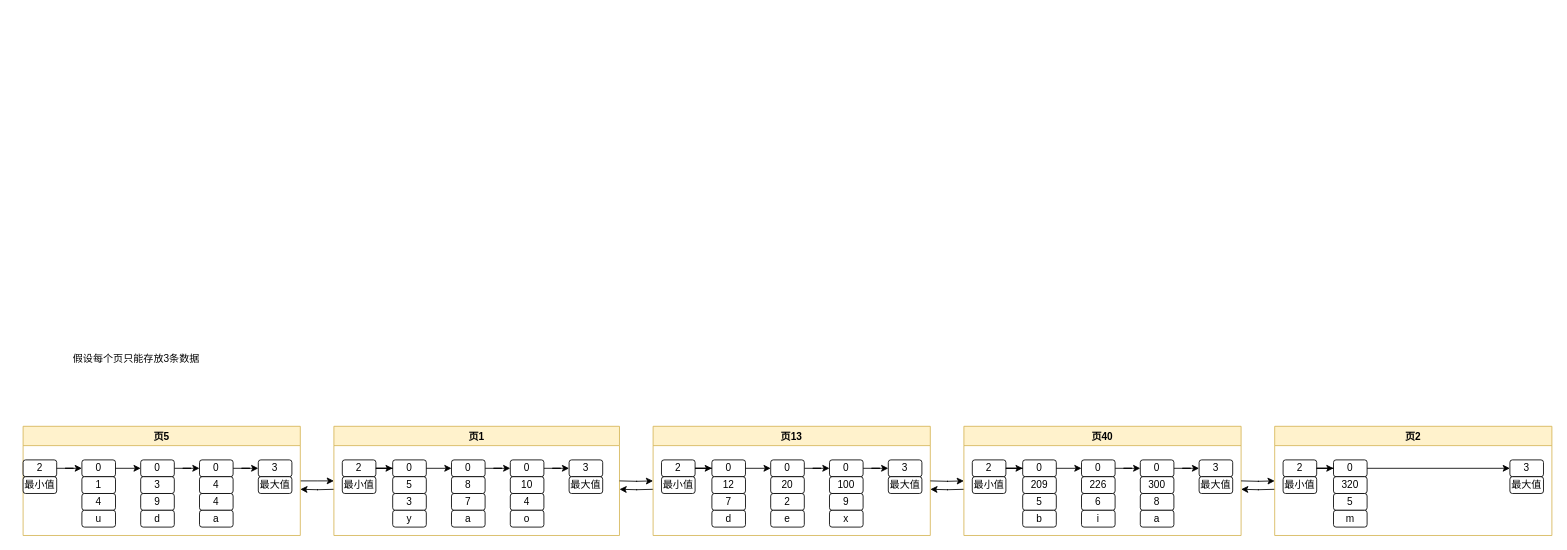
Before: pagerelation.drawio in wqfgithub/drawio, a draw.io diagram. Source tidied: cells renumbered, new cells numbered last; positions are measured from the earlier drawing's top-left corner, leaving out a move shared by most shapes. Both pictures are drawn from the tidied source at 84%, with x=0, y=0 at pixel (14, 350).
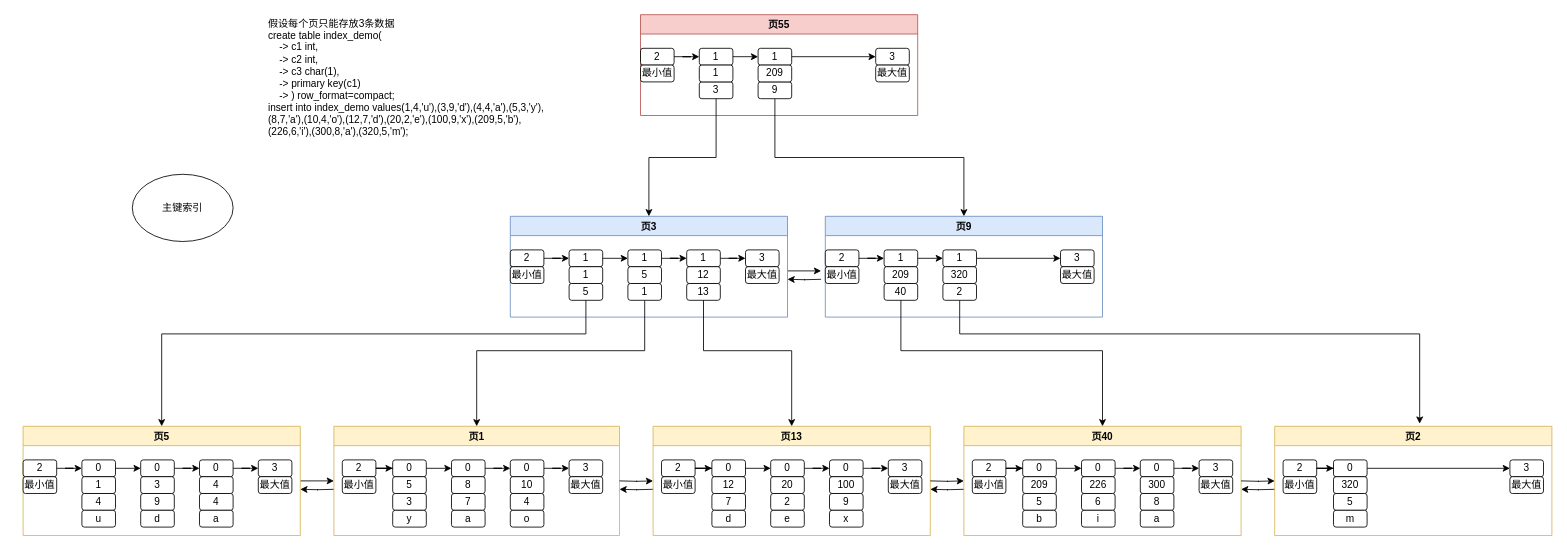
After the change.

The change refers to these unchanged cells:
```xml
<mxCell id="3" value="页5" style="swimlane;fillColor=#fff2cc;strokeColor=#d6b656;" parent="1" vertex="1">
  <mxGeometry x="10" y="90" width="330" height="130" as="geometry" />
</mxCell>
<mxCell id="26" value="页1" style="swimlane;fillColor=#fff2cc;strokeColor=#d6b656;" parent="1" vertex="1">
  <mxGeometry x="380" y="90" width="340" height="130" as="geometry" />
</mxCell>
<mxCell id="49" value="页13" style="swimlane;fillColor=#fff2cc;strokeColor=#d6b656;" parent="1" vertex="1">
  <mxGeometry x="760" y="90" width="330" height="130" as="geometry" />
</mxCell>
<mxCell id="72" value="页40" style="swimlane;fillColor=#fff2cc;strokeColor=#d6b656;" parent="1" vertex="1">
  <mxGeometry x="1130" y="90" width="330" height="130" as="geometry" />
</mxCell>
<mxCell id="95" value="页2" style="swimlane;fillColor=#fff2cc;strokeColor=#d6b656;startSize=23;" parent="1" vertex="1">
  <mxGeometry x="1500" y="90" width="330" height="130" as="geometry" />
</mxCell>
```

Diff of the diagram source:
```diff
@@
-    <mxCell id="17" value="假设每个页只能存放3条数据" style="text;html=1;strokeColor=none;fillColor=none;align=center;verticalAlign=middle;whiteSpace=wrap;rounded=0;" parent="1" vertex="1">
-      <mxGeometry width="290" height="20" as="geometry" />
+    <mxCell id="17" value="假设每个页只能存放3条数据&lt;br&gt;&lt;div&gt;create table index_demo(&lt;/div&gt;&lt;div&gt;&amp;nbsp; &amp;nbsp; -&amp;gt; c1 int,&lt;/div&gt;&lt;div&gt;&amp;nbsp; &amp;nbsp; -&amp;gt; c2 int,&lt;/div&gt;&lt;div&gt;&amp;nbsp; &amp;nbsp; -&amp;gt; c3 char(1),&lt;/div&gt;&lt;div&gt;&amp;nbsp; &amp;nbsp; -&amp;gt; primary key(c1)&lt;/div&gt;&lt;div&gt;&amp;nbsp; &amp;nbsp; -&amp;gt; ) row_format=compact;&lt;/div&gt;&lt;div&gt;insert into index_demo values(1,4,'u'),(3,9,'d'),(4,4,'a'),(5,3,'y'),(8,7,'a'),(10,4,'o'),(12,7,'d'),(20,2,'e'),(100,9,'x'),(209,5,'b'),(226,6,'i'),(300,8,'a'),(320,5,'m');&lt;br&gt;&lt;/div&gt;" style="text;html=1;strokeColor=none;fillColor=none;align=left;verticalAlign=middle;whiteSpace=wrap;rounded=0;" parent="1" vertex="1">
+      <mxGeometry x="300" y="-400" width="350" height="150" as="geometry" />
     </mxCell>
@@
+    <mxCell id="106" style="edgeStyle=orthogonalEdgeStyle;rounded=0;jettySize=auto;html=1;" parent="1" edge="1" source="107">
+      <mxGeometry relative="1" as="geometry">
+        <mxPoint x="960" y="-95" as="targetPoint" />
+        <Array as="points">
+          <mxPoint x="930" y="-95" />
+          <mxPoint x="930" y="-95" />
+        </Array>
+      </mxGeometry>
+    </mxCell>
+    <mxCell id="107" value="页3" style="swimlane;fillColor=#dae8fc;strokeColor=#6c8ebf;" parent="1" vertex="1">
+      <mxGeometry x="590" y="-160" width="330" height="120" as="geometry" />
+    </mxCell>
+    <mxCell id="108" value="1" style="rounded=1;whiteSpace=wrap;html=1;" parent="107" vertex="1">
+      <mxGeometry x="70" y="40" width="40" height="20" as="geometry" />
+    </mxCell>
+    <mxCell id="109" value="5" style="rounded=1;whiteSpace=wrap;html=1;" parent="107" vertex="1">
+      <mxGeometry x="70" y="80" width="40" height="20" as="geometry" />
+    </mxCell>
+    <mxCell id="110" style="edgeStyle=orthogonalEdgeStyle;rounded=0;jettySize=auto;html=1;" parent="107" edge="1" source="111" target="114">
+      <mxGeometry relative="1" as="geometry" />
+    </mxCell>
+    <mxCell id="111" value="1" style="rounded=1;whiteSpace=wrap;html=1;" parent="107" vertex="1">
+      <mxGeometry x="210" y="40" width="40" height="20" as="geometry" />
+    </mxCell>
+    <mxCell id="112" value="13" style="rounded=1;whiteSpace=wrap;html=1;" parent="107" vertex="1">
+      <mxGeometry x="210" y="80" width="40" height="20" as="geometry" />
+    </mxCell>
+    <mxCell id="113" value="12" style="rounded=1;whiteSpace=wrap;html=1;" parent="107" vertex="1">
+      <mxGeometry x="210" y="60" width="40" height="20" as="geometry" />
+    </mxCell>
+    <mxCell id="114" value="3" style="rounded=1;whiteSpace=wrap;html=1;" parent="107" vertex="1">
+      <mxGeometry x="280" y="40" width="40" height="20" as="geometry" />
+    </mxCell>
+    <mxCell id="115" value="2" style="rounded=1;whiteSpace=wrap;html=1;" parent="107" vertex="1">
+      <mxGeometry y="40" width="40" height="20" as="geometry" />
+    </mxCell>
+    <mxCell id="116" style="edgeStyle=orthogonalEdgeStyle;rounded=0;jettySize=auto;html=1;entryX=0;entryY=0.5;entryDx=0;entryDy=0;" parent="107" edge="1" source="115" target="108">
+      <mxGeometry relative="1" as="geometry" />
+    </mxCell>
+    <mxCell id="117" value="最小值" style="rounded=1;whiteSpace=wrap;html=1;" parent="107" vertex="1">
+      <mxGeometry y="60" width="40" height="20" as="geometry" />
+    </mxCell>
+    <mxCell id="118" value="最大值" style="rounded=1;whiteSpace=wrap;html=1;" parent="107" vertex="1">
+      <mxGeometry x="280" y="60" width="40" height="20" as="geometry" />
+    </mxCell>
+    <mxCell id="119" value="1" style="rounded=1;whiteSpace=wrap;html=1;" parent="1" vertex="1">
+      <mxGeometry x="660" y="-100" width="40" height="20" as="geometry" />
+    </mxCell>
+    <mxCell id="120" style="edgeStyle=orthogonalEdgeStyle;rounded=0;jettySize=auto;html=1;entryX=0;entryY=0.5;entryDx=0;entryDy=0;" parent="1" edge="1" source="121" target="111">
+      <mxGeometry relative="1" as="geometry" />
+    </mxCell>
+    <mxCell id="121" value="1" style="rounded=1;whiteSpace=wrap;html=1;" parent="1" vertex="1">
+      <mxGeometry x="730" y="-120" width="40" height="20" as="geometry" />
+    </mxCell>
+    <mxCell id="122" style="edgeStyle=orthogonalEdgeStyle;rounded=0;jettySize=auto;html=1;" parent="1" edge="1" source="123" target="26">
+      <mxGeometry relative="1" as="geometry">
+        <Array as="points">
+          <mxPoint x="750" />
+          <mxPoint x="550" />
+        </Array>
+      </mxGeometry>
+    </mxCell>
+    <mxCell id="123" value="1" style="rounded=1;whiteSpace=wrap;html=1;" parent="1" vertex="1">
+      <mxGeometry x="730" y="-80" width="40" height="20" as="geometry" />
+    </mxCell>
+    <mxCell id="124" value="5" style="rounded=1;whiteSpace=wrap;html=1;" parent="1" vertex="1">
+      <mxGeometry x="730" y="-100" width="40" height="20" as="geometry" />
+    </mxCell>
+    <mxCell id="125" style="edgeStyle=orthogonalEdgeStyle;rounded=0;jettySize=auto;html=1;" parent="1" edge="1" source="108">
+      <mxGeometry relative="1" as="geometry">
+        <mxPoint x="730" y="-110" as="targetPoint" />
+        <Array as="points">
+          <mxPoint x="730" y="-110" />
+        </Array>
+      </mxGeometry>
+    </mxCell>
+    <mxCell id="126" style="edgeStyle=orthogonalEdgeStyle;rounded=0;orthogonalLoop=1;jettySize=auto;html=1;" parent="1" edge="1">
+      <mxGeometry relative="1" as="geometry">
+        <mxPoint x="960" y="-85" as="sourcePoint" />
+        <mxPoint x="920" y="-85" as="targetPoint" />
+      </mxGeometry>
+    </mxCell>
+    <mxCell id="127" value="页9" style="swimlane;fillColor=#dae8fc;strokeColor=#6c8ebf;" parent="1" vertex="1">
+      <mxGeometry x="965" y="-160" width="330" height="120" as="geometry" />
+    </mxCell>
+    <mxCell id="128" value="1" style="rounded=1;whiteSpace=wrap;html=1;" parent="127" vertex="1">
+      <mxGeometry x="70" y="40" width="40" height="20" as="geometry" />
+    </mxCell>
+    <mxCell id="129" value="40" style="rounded=1;whiteSpace=wrap;html=1;" parent="127" vertex="1">
+      <mxGeometry x="70" y="80" width="40" height="20" as="geometry" />
+    </mxCell>
+    <mxCell id="130" value="3" style="rounded=1;whiteSpace=wrap;html=1;" parent="127" vertex="1">
+      <mxGeometry x="280" y="40" width="40" height="20" as="geometry" />
+    </mxCell>
+    <mxCell id="131" value="2" style="rounded=1;whiteSpace=wrap;html=1;" parent="127" vertex="1">
+      <mxGeometry y="40" width="40" height="20" as="geometry" />
+    </mxCell>
+    <mxCell id="132" style="edgeStyle=orthogonalEdgeStyle;rounded=0;jettySize=auto;html=1;entryX=0;entryY=0.5;entryDx=0;entryDy=0;" parent="127" edge="1" source="131" target="128">
+      <mxGeometry relative="1" as="geometry" />
+    </mxCell>
+    <mxCell id="133" value="最小值" style="rounded=1;whiteSpace=wrap;html=1;" parent="127" vertex="1">
+      <mxGeometry y="60" width="40" height="20" as="geometry" />
+    </mxCell>
+    <mxCell id="134" value="最大值" style="rounded=1;whiteSpace=wrap;html=1;" parent="127" vertex="1">
+      <mxGeometry x="280" y="60" width="40" height="20" as="geometry" />
+    </mxCell>
+    <mxCell id="135" value="209" style="rounded=1;whiteSpace=wrap;html=1;" parent="1" vertex="1">
+      <mxGeometry x="1035" y="-100" width="40" height="20" as="geometry" />
+    </mxCell>
+    <mxCell id="136" style="edgeStyle=orthogonalEdgeStyle;rounded=0;jettySize=auto;html=1;" parent="1" edge="1" source="137" target="130">
+      <mxGeometry relative="1" as="geometry" />
+    </mxCell>
+    <mxCell id="137" value="1" style="rounded=1;whiteSpace=wrap;html=1;" parent="1" vertex="1">
+      <mxGeometry x="1105" y="-120" width="40" height="20" as="geometry" />
+    </mxCell>
+    <mxCell id="138" style="edgeStyle=orthogonalEdgeStyle;rounded=0;jettySize=auto;html=1;entryX=0.523;entryY=-0.024;entryDx=0;entryDy=0;entryPerimeter=0;" parent="1" edge="1" source="139" target="95">
+      <mxGeometry relative="1" as="geometry">
+        <Array as="points">
+          <mxPoint x="1125" y="-20" />
+          <mxPoint x="1673" y="-20" />
+        </Array>
+      </mxGeometry>
+    </mxCell>
+    <mxCell id="139" value="2" style="rounded=1;whiteSpace=wrap;html=1;" parent="1" vertex="1">
+      <mxGeometry x="1105" y="-80" width="40" height="20" as="geometry" />
+    </mxCell>
+    <mxCell id="140" value="320" style="rounded=1;whiteSpace=wrap;html=1;" parent="1" vertex="1">
+      <mxGeometry x="1105" y="-100" width="40" height="20" as="geometry" />
+    </mxCell>
+    <mxCell id="141" style="edgeStyle=orthogonalEdgeStyle;rounded=0;jettySize=auto;html=1;" parent="1" edge="1" source="128">
+      <mxGeometry relative="1" as="geometry">
+        <mxPoint x="1105" y="-110" as="targetPoint" />
+        <Array as="points">
+          <mxPoint x="1105" y="-110" />
+        </Array>
+      </mxGeometry>
+    </mxCell>
+    <mxCell id="142" value="页55" style="swimlane;fillColor=#f8cecc;strokeColor=#b85450;" parent="1" vertex="1">
+      <mxGeometry x="745" y="-400" width="330" height="120" as="geometry" />
+    </mxCell>
+    <mxCell id="143" value="1" style="rounded=1;whiteSpace=wrap;html=1;" parent="142" vertex="1">
+      <mxGeometry x="70" y="40" width="40" height="20" as="geometry" />
+    </mxCell>
+    <mxCell id="144" value="3" style="rounded=1;whiteSpace=wrap;html=1;" parent="142" vertex="1">
+      <mxGeometry x="70" y="80" width="40" height="20" as="geometry" />
+    </mxCell>
+    <mxCell id="145" value="3" style="rounded=1;whiteSpace=wrap;html=1;" parent="142" vertex="1">
+      <mxGeometry x="280" y="40" width="40" height="20" as="geometry" />
+    </mxCell>
+    <mxCell id="146" value="2" style="rounded=1;whiteSpace=wrap;html=1;" parent="142" vertex="1">
+      <mxGeometry y="40" width="40" height="20" as="geometry" />
+    </mxCell>
+    <mxCell id="147" style="edgeStyle=orthogonalEdgeStyle;rounded=0;jettySize=auto;html=1;entryX=0;entryY=0.5;entryDx=0;entryDy=0;" parent="142" edge="1" source="146" target="143">
+      <mxGeometry relative="1" as="geometry" />
+    </mxCell>
+    <mxCell id="148" value="最小值" style="rounded=1;whiteSpace=wrap;html=1;" parent="142" vertex="1">
+      <mxGeometry y="60" width="40" height="20" as="geometry" />
+    </mxCell>
+    <mxCell id="149" value="最大值" style="rounded=1;whiteSpace=wrap;html=1;" parent="142" vertex="1">
+      <mxGeometry x="280" y="60" width="40" height="20" as="geometry" />
+    </mxCell>
+    <mxCell id="150" value="1" style="rounded=1;whiteSpace=wrap;html=1;" parent="1" vertex="1">
+      <mxGeometry x="815" y="-340" width="40" height="20" as="geometry" />
+    </mxCell>
+    <mxCell id="151" style="edgeStyle=orthogonalEdgeStyle;rounded=0;jettySize=auto;html=1;" parent="1" edge="1" source="152" target="145">
+      <mxGeometry relative="1" as="geometry" />
+    </mxCell>
+    <mxCell id="152" value="1" style="rounded=1;whiteSpace=wrap;html=1;" parent="1" vertex="1">
+      <mxGeometry x="885" y="-360" width="40" height="20" as="geometry" />
+    </mxCell>
+    <mxCell id="153" style="edgeStyle=orthogonalEdgeStyle;rounded=0;jettySize=auto;html=1;entryX=0.5;entryY=0;entryDx=0;entryDy=0;" parent="1" edge="1" source="154" target="127">
+      <mxGeometry relative="1" as="geometry">
+        <Array as="points">
+          <mxPoint x="905" y="-230" />
+          <mxPoint x="1130" y="-230" />
+        </Array>
+      </mxGeometry>
+    </mxCell>
+    <mxCell id="154" value="9" style="rounded=1;whiteSpace=wrap;html=1;" parent="1" vertex="1">
+      <mxGeometry x="885" y="-320" width="40" height="20" as="geometry" />
+    </mxCell>
+    <mxCell id="155" value="209" style="rounded=1;whiteSpace=wrap;html=1;" parent="1" vertex="1">
+      <mxGeometry x="885" y="-340" width="40" height="20" as="geometry" />
+    </mxCell>
+    <mxCell id="156" style="edgeStyle=orthogonalEdgeStyle;rounded=0;jettySize=auto;html=1;" parent="1" edge="1" source="143">
+      <mxGeometry relative="1" as="geometry">
+        <mxPoint x="885" y="-350" as="targetPoint" />
+        <Array as="points">
+          <mxPoint x="885" y="-350" />
+        </Array>
+      </mxGeometry>
+    </mxCell>
+    <mxCell id="157" style="edgeStyle=orthogonalEdgeStyle;rounded=0;jettySize=auto;html=1;entryX=0.5;entryY=0;entryDx=0;entryDy=0;" parent="1" edge="1" source="144" target="107">
+      <mxGeometry relative="1" as="geometry" />
+    </mxCell>
+    <mxCell id="158" style="edgeStyle=orthogonalEdgeStyle;rounded=0;jettySize=auto;html=1;entryX=0.5;entryY=0;entryDx=0;entryDy=0;" parent="1" edge="1" source="109" target="3">
+      <mxGeometry relative="1" as="geometry">
+        <Array as="points">
+          <mxPoint x="680" y="-20" />
+          <mxPoint x="175" y="-20" />
+        </Array>
+      </mxGeometry>
+    </mxCell>
+    <mxCell id="159" style="edgeStyle=orthogonalEdgeStyle;rounded=0;jettySize=auto;html=1;" parent="1" edge="1" source="112" target="49">
+      <mxGeometry relative="1" as="geometry">
+        <Array as="points">
+          <mxPoint x="820" />
+          <mxPoint x="925" />
+        </Array>
+      </mxGeometry>
+    </mxCell>
+    <mxCell id="160" style="edgeStyle=orthogonalEdgeStyle;rounded=0;jettySize=auto;html=1;" parent="1" edge="1" source="129" target="72">
+      <mxGeometry relative="1" as="geometry">
+        <Array as="points">
+          <mxPoint x="1055" />
+          <mxPoint x="1295" />
+        </Array>
+      </mxGeometry>
+    </mxCell>
+    <mxCell id="161" value="主键索引" style="ellipse;whiteSpace=wrap;html=1;align=center;" parent="1" vertex="1">
+      <mxGeometry x="140" y="-210" width="120" height="80" as="geometry" />
+    </mxCell>
```
